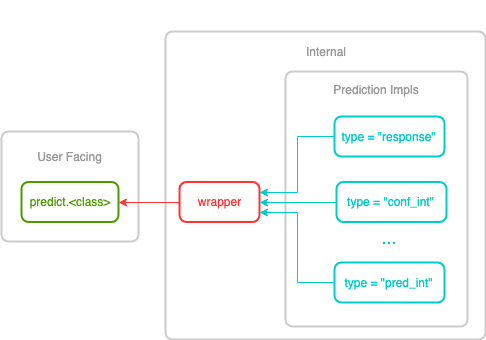
This is graphics/hardhat-predict-flow.png from JaredFisher2904DavidHarrington/hardhat, a draw.io export, as it was before one commit. Source tidied: cells renumbered, new cells last; positions are measured from the earlier drawing's top-left corner, leaving out a move shared by most shapes. Its diagram source:
```xml
<mxGraphModel>
  <root>
    <mxCell id="0" />
    <mxCell id="1" parent="0" />
    <mxCell id="2" value="&lt;br&gt;&lt;br&gt;" style="rounded=1;whiteSpace=wrap;html=1;absoluteArcSize=1;arcSize=14;strokeWidth=2;labelBackgroundColor=none;fillColor=none;fontColor=#4D9900;strokeColor=#CCCCCC;labelPosition=center;verticalLabelPosition=top;align=center;verticalAlign=bottom;" parent="1" vertex="1">
      <mxGeometry x="164" width="320" height="308" as="geometry" />
    </mxCell>
    <mxCell id="3" value="&lt;br&gt;&lt;br&gt;" style="rounded=1;whiteSpace=wrap;html=1;absoluteArcSize=1;arcSize=14;strokeWidth=2;labelBackgroundColor=none;fillColor=none;fontColor=#4D9900;strokeColor=#CCCCCC;labelPosition=center;verticalLabelPosition=top;align=center;verticalAlign=bottom;" parent="1" vertex="1">
      <mxGeometry x="284" y="40" width="182" height="255" as="geometry" />
    </mxCell>
    <mxCell id="4" style="rounded=1;whiteSpace=wrap;html=1;absoluteArcSize=1;arcSize=14;strokeWidth=2;labelBackgroundColor=none;fillColor=none;fontColor=#4D9900;strokeColor=#CCCCCC;" parent="1" vertex="1">
      <mxGeometry y="100" width="137" height="110" as="geometry" />
    </mxCell>
    <mxCell id="5" value="predict.&amp;lt;class&amp;gt;" style="rounded=1;whiteSpace=wrap;html=1;absoluteArcSize=1;arcSize=14;strokeWidth=2;strokeColor=#4D9900;fillColor=none;labelBackgroundColor=none;fontColor=#4D9900;" parent="1" vertex="1">
      <mxGeometry x="20" y="150.5" width="97" height="40" as="geometry" />
    </mxCell>
    <mxCell id="6" value="wrapper" style="rounded=1;whiteSpace=wrap;html=1;absoluteArcSize=1;arcSize=14;strokeWidth=2;strokeColor=#FF3333;fillColor=none;fontColor=#FF3333;" parent="1" vertex="1">
      <mxGeometry x="178" y="150.5" width="80" height="40" as="geometry" />
    </mxCell>
    <mxCell id="7" style="edgeStyle=orthogonalEdgeStyle;rounded=0;jettySize=auto;html=1;strokeColor=#FF3333;exitX=0;exitY=0.5;exitDx=0;exitDy=0;entryX=1;entryY=0.5;entryDx=0;entryDy=0;" parent="1" edge="1" source="6" target="5">
      <mxGeometry relative="1" as="geometry" />
    </mxCell>
    <object id="8" label="Internal&lt;br&gt;" name="Variable" placeholders="1">
      <mxCell style="text;html=1;strokeColor=none;fillColor=none;align=center;verticalAlign=middle;whiteSpace=wrap;overflow=hidden;labelBackgroundColor=none;fontColor=#999999;" parent="1" vertex="1">
        <mxGeometry x="274.5" y="10" width="99" height="20" as="geometry" />
      </mxCell>
    </object>
    <object id="9" label="User Facing&lt;br&gt;" name="Variable" placeholders="1">
      <mxCell style="text;html=1;strokeColor=none;fillColor=none;align=center;verticalAlign=middle;whiteSpace=wrap;overflow=hidden;labelBackgroundColor=none;fontColor=#999999;" parent="1" vertex="1">
        <mxGeometry x="20" y="110" width="96" height="30" as="geometry" />
      </mxCell>
    </object>
    <mxCell id="10" value="type = &quot;response&quot;" style="rounded=1;whiteSpace=wrap;html=1;absoluteArcSize=1;arcSize=14;strokeWidth=2;strokeColor=#00CCCC;fillColor=none;fontColor=#00CCCC;" parent="1" vertex="1">
      <mxGeometry x="333" y="85" width="110" height="40" as="geometry" />
    </mxCell>
    <mxCell id="11" value="type = &quot;conf_int&quot;" style="rounded=1;whiteSpace=wrap;html=1;absoluteArcSize=1;arcSize=14;strokeWidth=2;strokeColor=#00CCCC;fillColor=none;fontColor=#00CCCC;" parent="1" vertex="1">
      <mxGeometry x="335" y="150.5" width="110" height="40" as="geometry" />
    </mxCell>
    <mxCell id="12" value="type = &quot;pred_int&quot;" style="rounded=1;whiteSpace=wrap;html=1;absoluteArcSize=1;arcSize=14;strokeWidth=2;strokeColor=#00CCCC;fillColor=none;fontColor=#00CCCC;" parent="1" vertex="1">
      <mxGeometry x="333" y="231" width="110" height="40" as="geometry" />
    </mxCell>
    <mxCell id="13" value="..." style="text;html=1;strokeColor=none;fillColor=none;align=center;verticalAlign=middle;whiteSpace=wrap;rounded=0;fontColor=#00CCCC;fontSize=18;" parent="1" vertex="1">
      <mxGeometry x="368" y="195.5" width="40" height="20" as="geometry" />
    </mxCell>
    <object id="14" label="Prediction Impls&lt;br&gt;" name="Variable" placeholders="1">
      <mxCell style="text;html=1;strokeColor=none;fillColor=none;align=center;verticalAlign=middle;whiteSpace=wrap;overflow=hidden;labelBackgroundColor=none;fontColor=#999999;" parent="1" vertex="1">
        <mxGeometry x="325.5" y="47.5" width="99" height="20" as="geometry" />
      </mxCell>
    </object>
    <mxCell id="15" style="edgeStyle=orthogonalEdgeStyle;rounded=0;jettySize=auto;html=1;strokeColor=#00CCCC;exitX=0;exitY=0.5;exitDx=0;exitDy=0;entryX=1;entryY=0.25;entryDx=0;entryDy=0;" parent="1" edge="1" source="10" target="6">
      <mxGeometry relative="1" as="geometry" />
    </mxCell>
    <mxCell id="16" style="edgeStyle=orthogonalEdgeStyle;rounded=0;jettySize=auto;html=1;strokeColor=#00CCCC;exitX=0;exitY=0.5;exitDx=0;exitDy=0;entryX=1;entryY=0.5;entryDx=0;entryDy=0;" parent="1" edge="1" source="11" target="6">
      <mxGeometry relative="1" as="geometry" />
    </mxCell>
    <mxCell id="17" style="edgeStyle=orthogonalEdgeStyle;rounded=0;jettySize=auto;html=1;strokeColor=#00CCCC;exitX=0;exitY=0.5;exitDx=0;exitDy=0;entryX=1;entryY=0.75;entryDx=0;entryDy=0;" parent="1" edge="1" source="12" target="6">
      <mxGeometry relative="1" as="geometry" />
    </mxCell>
  </root>
</mxGraphModel>
```
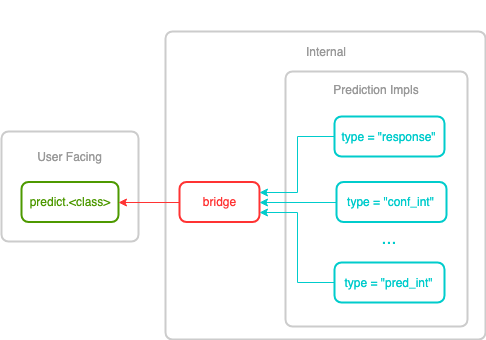
After the change.

Commit message:
wrapper -> bridge in the graphics

Change to the diagram source:
```diff
@@ -14,7 +14,7 @@
     <mxCell id="5" value="predict.&amp;lt;class&amp;gt;" style="rounded=1;whiteSpace=wrap;html=1;absoluteArcSize=1;arcSize=14;strokeWidth=2;strokeColor=#4D9900;fillColor=none;labelBackgroundColor=none;fontColor=#4D9900;" parent="1" vertex="1">
       <mxGeometry x="20" y="150.5" width="97" height="40" as="geometry" />
     </mxCell>
-    <mxCell id="6" value="wrapper" style="rounded=1;whiteSpace=wrap;html=1;absoluteArcSize=1;arcSize=14;strokeWidth=2;strokeColor=#FF3333;fillColor=none;fontColor=#FF3333;" parent="1" vertex="1">
+    <mxCell id="6" value="bridge" style="rounded=1;whiteSpace=wrap;html=1;absoluteArcSize=1;arcSize=14;strokeWidth=2;strokeColor=#FF3333;fillColor=none;fontColor=#FF3333;" parent="1" vertex="1">
       <mxGeometry x="178" y="150.5" width="80" height="40" as="geometry" />
     </mxCell>
     <mxCell id="7" style="edgeStyle=orthogonalEdgeStyle;rounded=0;jettySize=auto;html=1;strokeColor=#FF3333;exitX=0;exitY=0.5;exitDx=0;exitDy=0;entryX=1;entryY=0.5;entryDx=0;entryDy=0;" parent="1" edge="1" source="6" target="5">
```
